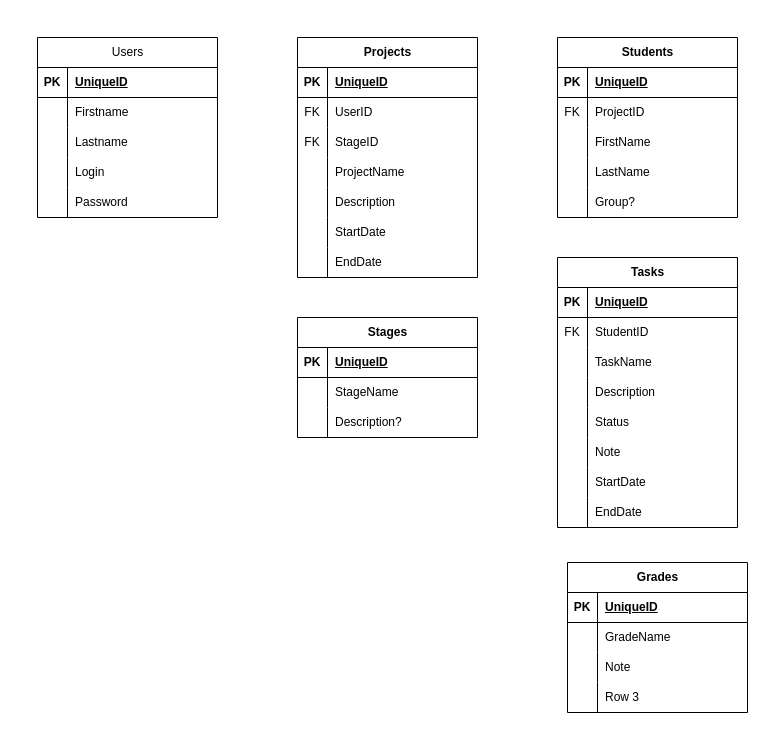
This is DB_schema.drawio from PaulMatthewss/Project_managemet_app, a draw.io file, before an edit. Source tidied: cells renumbered, new cells numbered last; positions are measured from the earlier drawing's top-left corner, leaving out a move shared by most shapes. Both pictures are drawn from the tidied source at 100%, with x=0, y=0 at pixel (37, 37).
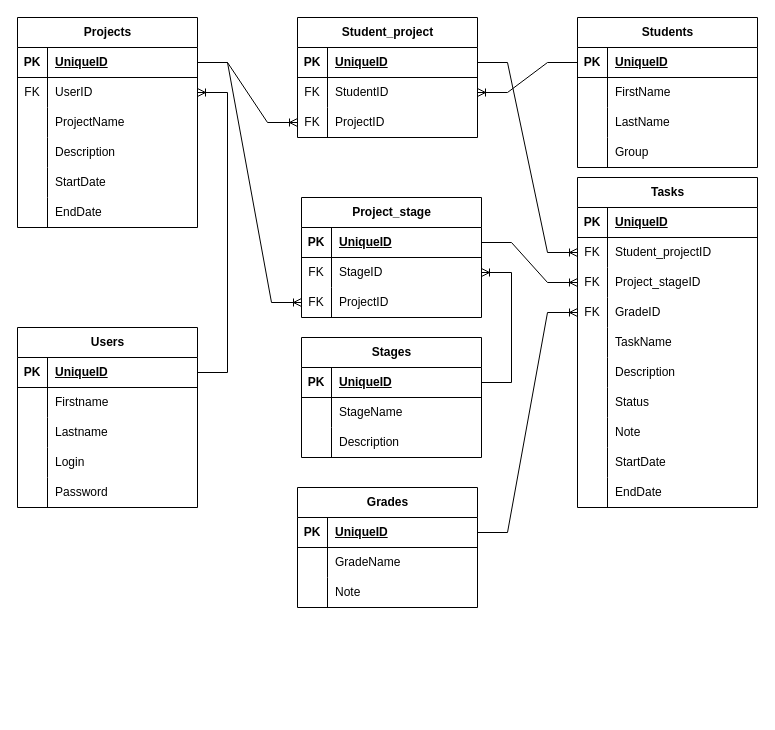
Above is the later version.

Commit message:
Создание связей DB_schema.drawio

Unchanged cells that the change refers to:
```xml
<mxCell id="3" style="shape=tableRow;horizontal=0;startSize=0;swimlaneHead=0;swimlaneBody=0;fillColor=none;points=[[0,0.5],[1,0.5]];portConstraint=eastwest;top=0;left=0;right=0;bottom=1;" parent="2" vertex="1">
  <mxGeometry y="30" width="180" height="30" as="geometry" />
</mxCell>
<mxCell id="19" style="shape=tableRow;horizontal=0;startSize=0;swimlaneHead=0;swimlaneBody=0;fillColor=none;points=[[0,0.5],[1,0.5]];portConstraint=eastwest;top=0;left=0;right=0;bottom=1;" parent="18" vertex="1">
  <mxGeometry y="30" width="180" height="30" as="geometry" />
</mxCell>
<mxCell id="22" style="shape=tableRow;horizontal=0;startSize=0;swimlaneHead=0;swimlaneBody=0;fillColor=none;points=[[0,0.5],[1,0.5]];portConstraint=eastwest;top=0;left=0;right=0;bottom=0;" parent="18" vertex="1">
  <mxGeometry y="60" width="180" height="30" as="geometry" />
</mxCell>
<mxCell id="41" style="shape=tableRow;horizontal=0;startSize=0;swimlaneHead=0;swimlaneBody=0;fillColor=none;points=[[0,0.5],[1,0.5]];portConstraint=eastwest;top=0;left=0;right=0;bottom=1;" parent="40" vertex="1">
  <mxGeometry y="30" width="180" height="30" as="geometry" />
</mxCell>
<mxCell id="57" style="shape=tableRow;horizontal=0;startSize=0;swimlaneHead=0;swimlaneBody=0;fillColor=none;points=[[0,0.5],[1,0.5]];portConstraint=eastwest;top=0;left=0;right=0;bottom=1;" parent="56" vertex="1">
  <mxGeometry y="30" width="180" height="30" as="geometry" />
</mxCell>
<mxCell id="63" style="shape=tableRow;horizontal=0;startSize=0;swimlaneHead=0;swimlaneBody=0;fillColor=none;top=0;left=0;right=0;bottom=0;" parent="56" vertex="1">
  <mxGeometry y="90" width="180" height="30" as="geometry" />
</mxCell>
<mxCell id="70" style="shape=tableRow;horizontal=0;startSize=0;swimlaneHead=0;swimlaneBody=0;fillColor=none;points=[[0,0.5],[1,0.5]];portConstraint=eastwest;top=0;left=0;right=0;bottom=0;" parent="66" vertex="1">
  <mxGeometry y="60" width="180" height="30" as="geometry" />
</mxCell>
<mxCell id="92" style="shape=tableRow;horizontal=0;startSize=0;swimlaneHead=0;swimlaneBody=0;fillColor=none;points=[[0,0.5],[1,0.5]];portConstraint=eastwest;top=0;left=0;right=0;bottom=1;" parent="91" vertex="1">
  <mxGeometry y="30" width="180" height="30" as="geometry" />
</mxCell>
```

The edit, as a diff of the source:
```diff
@@
-    <mxCell id="2" value="Users" style="shape=table;startSize=30;childLayout=tableLayout;rowLines=0;fontStyle=0;align=center;html=1;" parent="1" vertex="1">
-      <mxGeometry width="180" height="180" as="geometry" />
+    <mxCell id="2" value="&lt;b&gt;Users&lt;/b&gt;" style="shape=table;startSize=30;childLayout=tableLayout;rowLines=0;fontStyle=0;align=center;html=1;" parent="1" vertex="1">
+      <mxGeometry x="-20" y="290" width="180" height="180" as="geometry" />
     </mxCell>
@@
     <mxCell id="18" value="Projects" style="shape=table;startSize=30;childLayout=tableLayout;rowLines=0;fontStyle=1;align=center;html=1;" parent="1" vertex="1">
-      <mxGeometry x="260" width="180" height="240" as="geometry" />
+      <mxGeometry x="-20" y="-20" width="180" height="210" as="geometry" />
     </mxCell>
@@
-    <mxCell id="25" style="shape=tableRow;horizontal=0;startSize=0;swimlaneHead=0;swimlaneBody=0;fillColor=none;top=0;left=0;right=0;bottom=0;" parent="18" vertex="1">
-      <mxGeometry y="90" width="180" height="30" as="geometry" />
-    </mxCell>
-    <mxCell id="26" value="FK" style="shape=partialRectangle;fillColor=none;top=0;left=0;bottom=0;right=0;overflow=hidden;whiteSpace=wrap;html=1;" parent="25" vertex="1">
-      <mxGeometry width="30" height="30" as="geometry" />
-    </mxCell>
-    <mxCell id="27" value="StageID" style="shape=partialRectangle;fillColor=none;top=0;left=0;bottom=0;right=0;align=left;spacingLeft=6;overflow=hidden;whiteSpace=wrap;html=1;" parent="25" vertex="1">
-      <mxGeometry x="30" width="150" height="30" as="geometry" />
-    </mxCell>
     <mxCell id="28" style="shape=tableRow;horizontal=0;startSize=0;swimlaneHead=0;swimlaneBody=0;fillColor=none;top=0;left=0;right=0;bottom=0;" parent="18" vertex="1">
-      <mxGeometry y="120" width="180" height="30" as="geometry" />
+      <mxGeometry y="90" width="180" height="30" as="geometry" />
     </mxCell>
@@
     <mxCell id="31" style="shape=tableRow;horizontal=0;startSize=0;swimlaneHead=0;swimlaneBody=0;fillColor=none;top=0;left=0;right=0;bottom=0;" parent="18" vertex="1">
-      <mxGeometry y="150" width="180" height="30" as="geometry" />
+      <mxGeometry y="120" width="180" height="30" as="geometry" />
     </mxCell>
@@
     <mxCell id="34" style="shape=tableRow;horizontal=0;startSize=0;swimlaneHead=0;swimlaneBody=0;fillColor=none;top=0;left=0;right=0;bottom=0;" parent="18" vertex="1">
-      <mxGeometry y="180" width="180" height="30" as="geometry" />
+      <mxGeometry y="150" width="180" height="30" as="geometry" />
     </mxCell>
@@
     <mxCell id="37" style="shape=tableRow;horizontal=0;startSize=0;swimlaneHead=0;swimlaneBody=0;fillColor=none;top=0;left=0;right=0;bottom=0;" parent="18" vertex="1">
-      <mxGeometry y="210" width="180" height="30" as="geometry" />
+      <mxGeometry y="180" width="180" height="30" as="geometry" />
     </mxCell>
@@
     <mxCell id="40" value="Students" style="shape=table;startSize=30;childLayout=tableLayout;rowLines=0;fontStyle=1;align=center;html=1;" parent="1" vertex="1">
-      <mxGeometry x="520" width="180" height="180" as="geometry" />
+      <mxGeometry x="540" y="-20" width="180" height="150" as="geometry" />
     </mxCell>
@@
-    <mxCell id="44" style="shape=tableRow;horizontal=0;startSize=0;swimlaneHead=0;swimlaneBody=0;fillColor=none;top=0;left=0;right=0;bottom=0;" parent="40" vertex="1">
-      <mxGeometry y="60" width="180" height="30" as="geometry" />
-    </mxCell>
-    <mxCell id="45" value="FK" style="shape=partialRectangle;fillColor=none;top=0;left=0;bottom=0;right=0;overflow=hidden;whiteSpace=wrap;html=1;" parent="44" vertex="1">
-      <mxGeometry width="30" height="30" as="geometry" />
-    </mxCell>
-    <mxCell id="46" value="ProjectID" style="shape=partialRectangle;fillColor=none;top=0;left=0;bottom=0;right=0;align=left;spacingLeft=6;overflow=hidden;whiteSpace=wrap;html=1;" parent="44" vertex="1">
-      <mxGeometry x="30" width="150" height="30" as="geometry" />
-    </mxCell>
     <mxCell id="47" style="shape=tableRow;horizontal=0;startSize=0;swimlaneHead=0;swimlaneBody=0;fillColor=none;top=0;left=0;right=0;bottom=0;" parent="40" vertex="1">
-      <mxGeometry y="90" width="180" height="30" as="geometry" />
+      <mxGeometry y="60" width="180" height="30" as="geometry" />
     </mxCell>
@@
     <mxCell id="50" style="shape=tableRow;horizontal=0;startSize=0;swimlaneHead=0;swimlaneBody=0;fillColor=none;top=0;left=0;right=0;bottom=0;" parent="40" vertex="1">
-      <mxGeometry y="120" width="180" height="30" as="geometry" />
+      <mxGeometry y="90" width="180" height="30" as="geometry" />
     </mxCell>
@@
     <mxCell id="53" style="shape=tableRow;horizontal=0;startSize=0;swimlaneHead=0;swimlaneBody=0;fillColor=none;top=0;left=0;right=0;bottom=0;" parent="40" vertex="1">
-      <mxGeometry y="150" width="180" height="30" as="geometry" />
+      <mxGeometry y="120" width="180" height="30" as="geometry" />
     </mxCell>
@@
-    <mxCell id="55" value="Group?" style="shape=partialRectangle;fillColor=none;top=0;left=0;bottom=0;right=0;align=left;spacingLeft=6;overflow=hidden;whiteSpace=wrap;html=1;" parent="53" vertex="1">
+    <mxCell id="55" value="Group" style="shape=partialRectangle;fillColor=none;top=0;left=0;bottom=0;right=0;align=left;spacingLeft=6;overflow=hidden;whiteSpace=wrap;html=1;" parent="53" vertex="1">
       <mxGeometry x="30" width="150" height="30" as="geometry" />
     </mxCell>
     <mxCell id="56" value="Stages" style="shape=table;startSize=30;childLayout=tableLayout;rowLines=0;fontStyle=1;align=center;html=1;" parent="1" vertex="1">
-      <mxGeometry x="260" y="280" width="180" height="120" as="geometry" />
+      <mxGeometry x="264" y="300" width="180" height="120" as="geometry" />
     </mxCell>
@@
-    <mxCell id="65" value="Description?" style="shape=partialRectangle;fillColor=none;top=0;left=0;bottom=0;right=0;align=left;spacingLeft=6;overflow=hidden;whiteSpace=wrap;html=1;" parent="63" vertex="1">
+    <mxCell id="65" value="Description" style="shape=partialRectangle;fillColor=none;top=0;left=0;bottom=0;right=0;align=left;spacingLeft=6;overflow=hidden;whiteSpace=wrap;html=1;" parent="63" vertex="1">
       <mxGeometry x="30" width="150" height="30" as="geometry" />
     </mxCell>
     <mxCell id="66" value="Tasks" style="shape=table;startSize=30;childLayout=tableLayout;rowLines=0;fontStyle=1;align=center;html=1;" parent="1" vertex="1">
-      <mxGeometry x="520" y="220" width="180" height="270" as="geometry" />
+      <mxGeometry x="540" y="140" width="180" height="330" as="geometry" />
     </mxCell>
@@
-    <mxCell id="72" value="StudentID" style="shape=partialRectangle;fillColor=none;top=0;left=0;bottom=0;right=0;align=left;spacingLeft=6;overflow=hidden;whiteSpace=wrap;html=1;" parent="70" vertex="1">
+    <mxCell id="72" value="Student_projectID" style="shape=partialRectangle;fillColor=none;top=0;left=0;bottom=0;right=0;align=left;spacingLeft=6;overflow=hidden;whiteSpace=wrap;html=1;" parent="70" vertex="1">
       <mxGeometry x="30" width="150" height="30" as="geometry" />
     </mxCell>
+    <mxCell id="104" style="shape=tableRow;horizontal=0;startSize=0;swimlaneHead=0;swimlaneBody=0;fillColor=none;points=[[0,0.5],[1,0.5]];portConstraint=eastwest;top=0;left=0;right=0;bottom=0;" parent="66" vertex="1">
+      <mxGeometry y="90" width="180" height="30" as="geometry" />
+    </mxCell>
+    <mxCell id="105" value="FK" style="shape=partialRectangle;fillColor=none;top=0;left=0;bottom=0;right=0;fontStyle=0;overflow=hidden;whiteSpace=wrap;html=1;" parent="104" vertex="1">
+      <mxGeometry width="30" height="30" as="geometry" />
+    </mxCell>
+    <mxCell id="106" value="Project_stageID" style="shape=partialRectangle;fillColor=none;top=0;left=0;bottom=0;right=0;align=left;spacingLeft=6;fontStyle=0;overflow=hidden;whiteSpace=wrap;html=1;" parent="104" vertex="1">
+      <mxGeometry x="30" width="150" height="30" as="geometry" />
+    </mxCell>
+    <mxCell id="101" style="shape=tableRow;horizontal=0;startSize=0;swimlaneHead=0;swimlaneBody=0;fillColor=none;points=[[0,0.5],[1,0.5]];portConstraint=eastwest;top=0;left=0;right=0;bottom=0;" parent="66" vertex="1">
+      <mxGeometry y="120" width="180" height="30" as="geometry" />
+    </mxCell>
+    <mxCell id="107" value="FK" style="shape=partialRectangle;fillColor=none;top=0;left=0;bottom=0;right=0;fontStyle=0;overflow=hidden;whiteSpace=wrap;html=1;" parent="101" vertex="1">
+      <mxGeometry width="30" height="30" as="geometry" />
+    </mxCell>
+    <mxCell id="108" value="GradeID" style="shape=partialRectangle;fillColor=none;top=0;left=0;bottom=0;right=0;align=left;spacingLeft=6;fontStyle=0;overflow=hidden;whiteSpace=wrap;html=1;" parent="101" vertex="1">
+      <mxGeometry x="30" width="150" height="30" as="geometry" />
+    </mxCell>
     <mxCell id="73" style="shape=tableRow;horizontal=0;startSize=0;swimlaneHead=0;swimlaneBody=0;fillColor=none;top=0;left=0;right=0;bottom=0;" parent="66" vertex="1">
-      <mxGeometry y="90" width="180" height="30" as="geometry" />
+      <mxGeometry y="150" width="180" height="30" as="geometry" />
     </mxCell>
@@
     <mxCell id="76" style="shape=tableRow;horizontal=0;startSize=0;swimlaneHead=0;swimlaneBody=0;fillColor=none;top=0;left=0;right=0;bottom=0;" parent="66" vertex="1">
-      <mxGeometry y="120" width="180" height="30" as="geometry" />
+      <mxGeometry y="180" width="180" height="30" as="geometry" />
     </mxCell>
@@
     <mxCell id="79" style="shape=tableRow;horizontal=0;startSize=0;swimlaneHead=0;swimlaneBody=0;fillColor=none;top=0;left=0;right=0;bottom=0;" parent="66" vertex="1">
-      <mxGeometry y="150" width="180" height="30" as="geometry" />
+      <mxGeometry y="210" width="180" height="30" as="geometry" />
     </mxCell>
@@
     <mxCell id="82" style="shape=tableRow;horizontal=0;startSize=0;swimlaneHead=0;swimlaneBody=0;fillColor=none;top=0;left=0;right=0;bottom=0;" parent="66" vertex="1">
-      <mxGeometry y="180" width="180" height="30" as="geometry" />
+      <mxGeometry y="240" width="180" height="30" as="geometry" />
     </mxCell>
@@
     <mxCell id="85" style="shape=tableRow;horizontal=0;startSize=0;swimlaneHead=0;swimlaneBody=0;fillColor=none;top=0;left=0;right=0;bottom=0;" parent="66" vertex="1">
-      <mxGeometry y="210" width="180" height="30" as="geometry" />
+      <mxGeometry y="270" width="180" height="30" as="geometry" />
     </mxCell>
@@
     <mxCell id="88" style="shape=tableRow;horizontal=0;startSize=0;swimlaneHead=0;swimlaneBody=0;fillColor=none;top=0;left=0;right=0;bottom=0;" parent="66" vertex="1">
-      <mxGeometry y="240" width="180" height="30" as="geometry" />
+      <mxGeometry y="300" width="180" height="30" as="geometry" />
     </mxCell>
@@
     <mxCell id="91" value="Grades" style="shape=table;startSize=30;childLayout=tableLayout;rowLines=0;fontStyle=1;align=center;html=1;" parent="1" vertex="1">
-      <mxGeometry x="530" y="525" width="180" height="150" as="geometry" />
+      <mxGeometry x="260" y="450" width="180" height="120" as="geometry" />
     </mxCell>
@@
-    <mxCell id="101" style="shape=tableRow;horizontal=0;startSize=0;swimlaneHead=0;swimlaneBody=0;fillColor=none;points=[[0,0.5],[1,0.5]];portConstraint=eastwest;top=0;left=0;right=0;bottom=0;" parent="91" vertex="1">
-      <mxGeometry y="120" width="180" height="30" as="geometry" />
-    </mxCell>
-    <mxCell id="102" style="shape=partialRectangle;fillColor=none;top=0;left=0;bottom=0;right=0;overflow=hidden;whiteSpace=wrap;html=1;" parent="101" vertex="1">
-      <mxGeometry width="30" height="30" as="geometry" />
-    </mxCell>
-    <mxCell id="103" value="Row 3" style="shape=partialRectangle;fillColor=none;top=0;left=0;bottom=0;right=0;align=left;spacingLeft=6;overflow=hidden;whiteSpace=wrap;html=1;" parent="101" vertex="1">
-      <mxGeometry x="30" width="150" height="30" as="geometry" />
-    </mxCell>
+    <mxCell id="109" value="&lt;b&gt;Student_project&lt;/b&gt;" style="shape=table;startSize=30;childLayout=tableLayout;rowLines=0;fontStyle=0;align=center;html=1;" parent="1" vertex="1">
+      <mxGeometry x="260" y="-20" width="180" height="120" as="geometry" />
+    </mxCell>
+    <mxCell id="110" style="shape=tableRow;horizontal=0;startSize=0;swimlaneHead=0;swimlaneBody=0;fillColor=none;points=[[0,0.5],[1,0.5]];portConstraint=eastwest;top=0;left=0;right=0;bottom=1;" parent="109" vertex="1">
+      <mxGeometry y="30" width="180" height="30" as="geometry" />
+    </mxCell>
+    <mxCell id="111" value="PK" style="shape=partialRectangle;fillColor=none;top=0;left=0;bottom=0;right=0;fontStyle=1;overflow=hidden;whiteSpace=wrap;html=1;" parent="110" vertex="1">
+      <mxGeometry width="30" height="30" as="geometry" />
+    </mxCell>
+    <mxCell id="112" value="UniqueID" style="shape=partialRectangle;fillColor=none;top=0;left=0;bottom=0;right=0;align=left;spacingLeft=6;fontStyle=5;overflow=hidden;whiteSpace=wrap;html=1;" parent="110" vertex="1">
+      <mxGeometry x="30" width="150" height="30" as="geometry" />
+    </mxCell>
+    <mxCell id="113" style="shape=tableRow;horizontal=0;startSize=0;swimlaneHead=0;swimlaneBody=0;fillColor=none;points=[[0,0.5],[1,0.5]];portConstraint=eastwest;top=0;left=0;right=0;bottom=0;" parent="109" vertex="1">
+      <mxGeometry y="60" width="180" height="30" as="geometry" />
+    </mxCell>
+    <mxCell id="114" value="FK" style="shape=partialRectangle;fillColor=none;top=0;left=0;bottom=0;right=0;overflow=hidden;whiteSpace=wrap;html=1;" parent="113" vertex="1">
+      <mxGeometry width="30" height="30" as="geometry" />
+    </mxCell>
+    <mxCell id="115" value="StudentID" style="shape=partialRectangle;fillColor=none;top=0;left=0;bottom=0;right=0;align=left;spacingLeft=6;overflow=hidden;whiteSpace=wrap;html=1;" parent="113" vertex="1">
+      <mxGeometry x="30" width="150" height="30" as="geometry" />
+    </mxCell>
+    <mxCell id="116" style="shape=tableRow;horizontal=0;startSize=0;swimlaneHead=0;swimlaneBody=0;fillColor=none;points=[[0,0.5],[1,0.5]];portConstraint=eastwest;top=0;left=0;right=0;bottom=0;" parent="109" vertex="1">
+      <mxGeometry y="90" width="180" height="30" as="geometry" />
+    </mxCell>
+    <mxCell id="117" value="FK" style="shape=partialRectangle;fillColor=none;top=0;left=0;bottom=0;right=0;overflow=hidden;whiteSpace=wrap;html=1;" parent="116" vertex="1">
+      <mxGeometry width="30" height="30" as="geometry" />
+    </mxCell>
+    <mxCell id="118" value="ProjectID" style="shape=partialRectangle;fillColor=none;top=0;left=0;bottom=0;right=0;align=left;spacingLeft=6;overflow=hidden;whiteSpace=wrap;html=1;" parent="116" vertex="1">
+      <mxGeometry x="30" width="150" height="30" as="geometry" />
+    </mxCell>
+    <mxCell id="119" style="edgeStyle=entityRelationEdgeStyle;fontSize=12;html=1;endArrow=ERoneToMany;rounded=0;" parent="1" edge="1" source="19" target="116">
+      <mxGeometry relative="1" as="geometry">
+        <Array as="points">
+          <mxPoint x="220" y="170" />
+          <mxPoint x="220" y="180" />
+        </Array>
+      </mxGeometry>
+    </mxCell>
+    <mxCell id="120" style="edgeStyle=entityRelationEdgeStyle;fontSize=12;html=1;endArrow=ERoneToMany;rounded=0;" parent="1" edge="1" source="3" target="22">
+      <mxGeometry relative="1" as="geometry">
+        <Array as="points">
+          <mxPoint x="230" y="180" />
+          <mxPoint x="230" y="190" />
+        </Array>
+      </mxGeometry>
+    </mxCell>
+    <mxCell id="121" style="edgeStyle=entityRelationEdgeStyle;fontSize=12;html=1;endArrow=ERoneToMany;rounded=0;" parent="1" edge="1" source="41" target="113">
+      <mxGeometry relative="1" as="geometry">
+        <Array as="points">
+          <mxPoint x="230" y="180" />
+          <mxPoint x="230" y="190" />
+        </Array>
+      </mxGeometry>
+    </mxCell>
+    <mxCell id="122" value="&lt;b&gt;Project_stage&lt;/b&gt;" style="shape=table;startSize=30;childLayout=tableLayout;rowLines=0;fontStyle=0;align=center;html=1;" parent="1" vertex="1">
+      <mxGeometry x="264" y="160" width="180" height="120" as="geometry" />
+    </mxCell>
+    <mxCell id="123" style="shape=tableRow;horizontal=0;startSize=0;swimlaneHead=0;swimlaneBody=0;fillColor=none;points=[[0,0.5],[1,0.5]];portConstraint=eastwest;top=0;left=0;right=0;bottom=1;" parent="122" vertex="1">
+      <mxGeometry y="30" width="180" height="30" as="geometry" />
+    </mxCell>
+    <mxCell id="124" value="PK" style="shape=partialRectangle;fillColor=none;top=0;left=0;bottom=0;right=0;fontStyle=1;overflow=hidden;whiteSpace=wrap;html=1;" parent="123" vertex="1">
+      <mxGeometry width="30" height="30" as="geometry" />
+    </mxCell>
+    <mxCell id="125" value="UniqueID" style="shape=partialRectangle;fillColor=none;top=0;left=0;bottom=0;right=0;align=left;spacingLeft=6;fontStyle=5;overflow=hidden;whiteSpace=wrap;html=1;" parent="123" vertex="1">
+      <mxGeometry x="30" width="150" height="30" as="geometry" />
+    </mxCell>
+    <mxCell id="126" style="shape=tableRow;horizontal=0;startSize=0;swimlaneHead=0;swimlaneBody=0;fillColor=none;points=[[0,0.5],[1,0.5]];portConstraint=eastwest;top=0;left=0;right=0;bottom=0;" parent="122" vertex="1">
+      <mxGeometry y="60" width="180" height="30" as="geometry" />
+    </mxCell>
+    <mxCell id="127" value="FK" style="shape=partialRectangle;fillColor=none;top=0;left=0;bottom=0;right=0;overflow=hidden;whiteSpace=wrap;html=1;" parent="126" vertex="1">
+      <mxGeometry width="30" height="30" as="geometry" />
+    </mxCell>
+    <mxCell id="27" value="StageID" style="shape=partialRectangle;fillColor=none;top=0;left=0;bottom=0;right=0;align=left;spacingLeft=6;overflow=hidden;whiteSpace=wrap;html=1;" parent="126" vertex="1">
+      <mxGeometry x="30" width="150" height="30" as="geometry" />
+    </mxCell>
+    <mxCell id="128" style="shape=tableRow;horizontal=0;startSize=0;swimlaneHead=0;swimlaneBody=0;fillColor=none;points=[[0,0.5],[1,0.5]];portConstraint=eastwest;top=0;left=0;right=0;bottom=0;" parent="122" vertex="1">
+      <mxGeometry y="90" width="180" height="30" as="geometry" />
+    </mxCell>
+    <mxCell id="129" value="FK" style="shape=partialRectangle;fillColor=none;top=0;left=0;bottom=0;right=0;overflow=hidden;whiteSpace=wrap;html=1;" parent="128" vertex="1">
+      <mxGeometry width="30" height="30" as="geometry" />
+    </mxCell>
+    <mxCell id="130" value="ProjectID" style="shape=partialRectangle;fillColor=none;top=0;left=0;bottom=0;right=0;align=left;spacingLeft=6;overflow=hidden;whiteSpace=wrap;html=1;" parent="128" vertex="1">
+      <mxGeometry x="30" width="150" height="30" as="geometry" />
+    </mxCell>
+    <mxCell id="131" style="edgeStyle=entityRelationEdgeStyle;fontSize=12;html=1;endArrow=ERoneToMany;rounded=0;" parent="1" edge="1" source="19" target="128">
+      <mxGeometry relative="1" as="geometry">
+        <Array as="points">
+          <mxPoint x="230" y="180" />
+          <mxPoint x="230" y="190" />
+        </Array>
+      </mxGeometry>
+    </mxCell>
+    <mxCell id="132" style="edgeStyle=entityRelationEdgeStyle;fontSize=12;html=1;endArrow=ERoneToMany;rounded=0;" parent="1" edge="1" source="57" target="126">
+      <mxGeometry relative="1" as="geometry">
+        <Array as="points">
+          <mxPoint x="240" y="190" />
+          <mxPoint x="240" y="200" />
+        </Array>
+      </mxGeometry>
+    </mxCell>
+    <mxCell id="133" style="edgeStyle=entityRelationEdgeStyle;fontSize=12;html=1;endArrow=ERoneToMany;rounded=0;" parent="1" edge="1" source="110" target="70">
+      <mxGeometry relative="1" as="geometry">
+        <Array as="points">
+          <mxPoint x="230" y="180" />
+          <mxPoint x="230" y="190" />
+        </Array>
+      </mxGeometry>
+    </mxCell>
+    <mxCell id="134" style="edgeStyle=entityRelationEdgeStyle;fontSize=12;html=1;endArrow=ERoneToMany;rounded=0;" parent="1" edge="1" source="123" target="104">
+      <mxGeometry relative="1" as="geometry">
+        <Array as="points">
+          <mxPoint x="240" y="190" />
+          <mxPoint x="240" y="200" />
+        </Array>
+      </mxGeometry>
+    </mxCell>
+    <mxCell id="135" style="edgeStyle=entityRelationEdgeStyle;fontSize=12;html=1;endArrow=ERoneToMany;rounded=0;" parent="1" edge="1" source="92" target="101">
+      <mxGeometry relative="1" as="geometry">
+        <Array as="points">
+          <mxPoint x="250" y="200" />
+          <mxPoint x="250" y="210" />
+        </Array>
+      </mxGeometry>
+    </mxCell>
```
